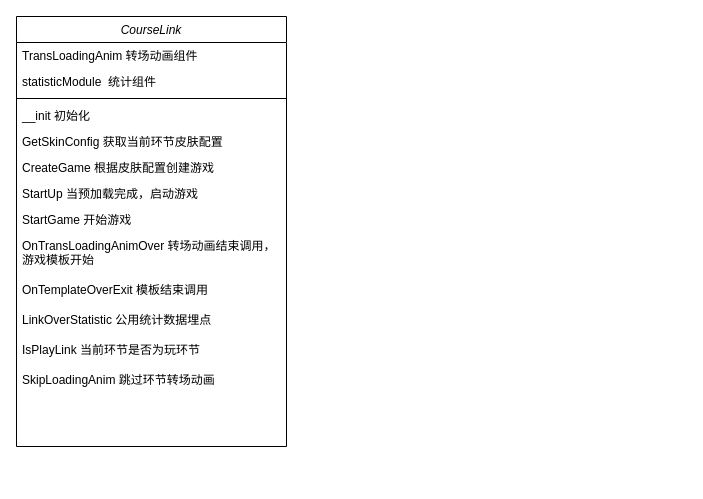
Before: CourseLinkClass.drawio in NicoleXiao/Draw, a draw.io diagram. Source tidied: cells renumbered, new cells numbered last; positions are measured from the earlier drawing's top-left corner, leaving out a move shared by most shapes. Both pictures are drawn from the tidied source at 100%, with x=0, y=0 at pixel (16, 16).
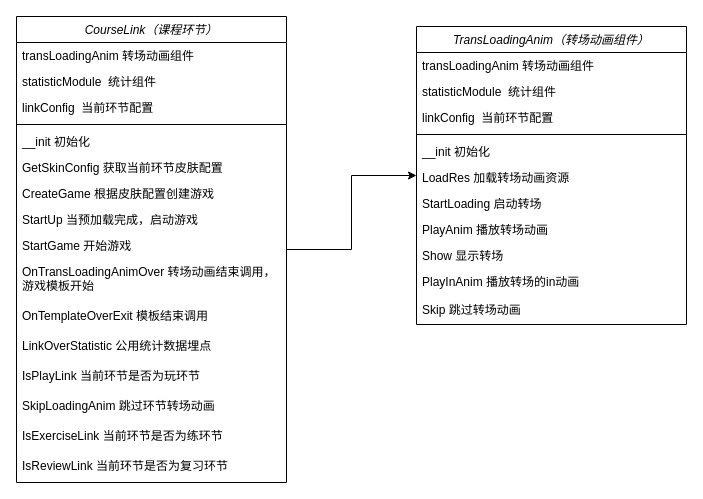
The same page after the edit.

Diff of the diagram source:
```diff
@@
+    <mxCell id="16" style="edgeStyle=orthogonalEdgeStyle;rounded=0;jettySize=auto;html=1;" parent="1" edge="1" source="2" target="20">
+      <mxGeometry relative="1" as="geometry" />
+    </mxCell>
-    <mxCell id="2" value="CourseLink" style="swimlane;fontStyle=2;align=center;verticalAlign=top;horizontal=1;startSize=26;rounded=0;shadow=0;strokeWidth=1;" parent="1" vertex="1">
-      <mxGeometry width="270" height="430" as="geometry" />
+    <mxCell id="2" value="CourseLink（课程环节）" style="swimlane;fontStyle=2;align=center;verticalAlign=top;horizontal=1;startSize=26;rounded=0;shadow=0;strokeWidth=1;" parent="1" vertex="1">
+      <mxGeometry width="270" height="466" as="geometry" />
     </mxCell>
-    <mxCell id="3" value="TransLoadingAnim 转场动画组件" style="text;align=left;verticalAlign=top;spacingLeft=4;spacingRight=4;overflow=hidden;" parent="2" vertex="1">
+    <mxCell id="3" value="transLoadingAnim 转场动画组件" style="text;align=left;verticalAlign=top;spacingLeft=4;spacingRight=4;overflow=hidden;" parent="2" vertex="1">
       <mxGeometry y="26" width="270" height="26" as="geometry" />
     </mxCell>
@@
+    <mxCell id="17" value="linkConfig  当前环节配置" style="text;align=left;verticalAlign=top;spacingLeft=4;spacingRight=4;overflow=hidden;rounded=0;shadow=0;html=0;" parent="2" vertex="1">
+      <mxGeometry y="78" width="270" height="26" as="geometry" />
+    </mxCell>
     <mxCell id="5" style="line;html=1;strokeWidth=1;align=left;verticalAlign=middle;spacingTop=-1;spacingLeft=3;spacingRight=3;labelPosition=right;" parent="2" vertex="1">
-      <mxGeometry y="78" width="270" height="8" as="geometry" />
+      <mxGeometry y="104" width="270" height="8" as="geometry" />
     </mxCell>
     <mxCell id="6" value="__init 初始化" style="text;align=left;verticalAlign=top;spacingLeft=4;spacingRight=4;overflow=hidden;" parent="2" vertex="1">
-      <mxGeometry y="86" width="270" height="26" as="geometry" />
+      <mxGeometry y="112" width="270" height="26" as="geometry" />
     </mxCell>
     <mxCell id="7" value="GetSkinConfig 获取当前环节皮肤配置" style="text;align=left;verticalAlign=top;spacingLeft=4;spacingRight=4;overflow=hidden;" parent="2" vertex="1">
-      <mxGeometry y="112" width="270" height="26" as="geometry" />
+      <mxGeometry y="138" width="270" height="26" as="geometry" />
     </mxCell>
     <mxCell id="8" value="CreateGame 根据皮肤配置创建游戏" style="text;align=left;verticalAlign=top;spacingLeft=4;spacingRight=4;overflow=hidden;" parent="2" vertex="1">
-      <mxGeometry y="138" width="270" height="26" as="geometry" />
+      <mxGeometry y="164" width="270" height="26" as="geometry" />
     </mxCell>
     <mxCell id="9" value="StartUp 当预加载完成，启动游戏" style="text;align=left;verticalAlign=top;spacingLeft=4;spacingRight=4;overflow=hidden;" parent="2" vertex="1">
-      <mxGeometry y="164" width="270" height="26" as="geometry" />
+      <mxGeometry y="190" width="270" height="26" as="geometry" />
     </mxCell>
     <mxCell id="10" value="StartGame 开始游戏" style="text;align=left;verticalAlign=top;spacingLeft=4;spacingRight=4;overflow=hidden;" parent="2" vertex="1">
-      <mxGeometry y="190" width="270" height="26" as="geometry" />
+      <mxGeometry y="216" width="270" height="26" as="geometry" />
     </mxCell>
     <mxCell id="11" value="OnTransLoadingAnimOver 转场动画结束调用，&#10;游戏模板开始&#10;" style="text;align=left;verticalAlign=top;spacingLeft=4;spacingRight=4;overflow=hidden;" parent="2" vertex="1">
-      <mxGeometry y="216" width="270" height="44" as="geometry" />
+      <mxGeometry y="242" width="270" height="44" as="geometry" />
     </mxCell>
     <mxCell id="12" value="OnTemplateOverExit 模板结束调用&#10;" style="text;align=left;verticalAlign=top;spacingLeft=4;spacingRight=4;overflow=hidden;" parent="2" vertex="1">
-      <mxGeometry y="260" width="270" height="30" as="geometry" />
+      <mxGeometry y="286" width="270" height="30" as="geometry" />
     </mxCell>
     <mxCell id="13" value="LinkOverStatistic 公用统计数据埋点" style="text;align=left;verticalAlign=top;spacingLeft=4;spacingRight=4;overflow=hidden;" parent="2" vertex="1">
-      <mxGeometry y="290" width="270" height="30" as="geometry" />
+      <mxGeometry y="316" width="270" height="30" as="geometry" />
     </mxCell>
     <mxCell id="14" value="IsPlayLink 当前环节是否为玩环节" style="text;align=left;verticalAlign=top;spacingLeft=4;spacingRight=4;overflow=hidden;" parent="2" vertex="1">
-      <mxGeometry y="320" width="270" height="30" as="geometry" />
+      <mxGeometry y="346" width="270" height="30" as="geometry" />
     </mxCell>
     <mxCell id="15" value="SkipLoadingAnim 跳过环节转场动画" style="text;align=left;verticalAlign=top;spacingLeft=4;spacingRight=4;overflow=hidden;" parent="2" vertex="1">
-      <mxGeometry y="350" width="270" height="30" as="geometry" />
+      <mxGeometry y="376" width="270" height="30" as="geometry" />
     </mxCell>
+    <mxCell id="18" value="IsExerciseLink 当前环节是否为练环节" style="text;align=left;verticalAlign=top;spacingLeft=4;spacingRight=4;overflow=hidden;" parent="2" vertex="1">
+      <mxGeometry y="406" width="270" height="30" as="geometry" />
+    </mxCell>
+    <mxCell id="19" value="IsReviewLink 当前环节是否为复习环节" style="text;align=left;verticalAlign=top;spacingLeft=4;spacingRight=4;overflow=hidden;" parent="2" vertex="1">
+      <mxGeometry y="436" width="270" height="30" as="geometry" />
+    </mxCell>
+    <mxCell id="20" value="TransLoadingAnim（转场动画组件）" style="swimlane;fontStyle=2;align=center;verticalAlign=top;horizontal=1;startSize=26;rounded=0;shadow=0;strokeWidth=1;" parent="1" vertex="1">
+      <mxGeometry x="400" y="10" width="270" height="298" as="geometry" />
+    </mxCell>
+    <mxCell id="21" value="transLoadingAnim 转场动画组件" style="text;align=left;verticalAlign=top;spacingLeft=4;spacingRight=4;overflow=hidden;" parent="20" vertex="1">
+      <mxGeometry y="26" width="270" height="26" as="geometry" />
+    </mxCell>
+    <mxCell id="22" value="statisticModule  统计组件" style="text;align=left;verticalAlign=top;spacingLeft=4;spacingRight=4;overflow=hidden;rounded=0;shadow=0;html=0;" parent="20" vertex="1">
+      <mxGeometry y="52" width="270" height="26" as="geometry" />
+    </mxCell>
+    <mxCell id="23" value="linkConfig  当前环节配置" style="text;align=left;verticalAlign=top;spacingLeft=4;spacingRight=4;overflow=hidden;rounded=0;shadow=0;html=0;" parent="20" vertex="1">
+      <mxGeometry y="78" width="270" height="26" as="geometry" />
+    </mxCell>
+    <mxCell id="24" style="line;html=1;strokeWidth=1;align=left;verticalAlign=middle;spacingTop=-1;spacingLeft=3;spacingRight=3;labelPosition=right;" parent="20" vertex="1">
+      <mxGeometry y="104" width="270" height="8" as="geometry" />
+    </mxCell>
+    <mxCell id="25" value="__init 初始化" style="text;align=left;verticalAlign=top;spacingLeft=4;spacingRight=4;overflow=hidden;" parent="20" vertex="1">
+      <mxGeometry y="112" width="270" height="26" as="geometry" />
+    </mxCell>
+    <mxCell id="26" value="LoadRes 加载转场动画资源" style="text;align=left;verticalAlign=top;spacingLeft=4;spacingRight=4;overflow=hidden;" parent="20" vertex="1">
+      <mxGeometry y="138" width="270" height="26" as="geometry" />
+    </mxCell>
+    <mxCell id="27" value="StartLoading 启动转场" style="text;align=left;verticalAlign=top;spacingLeft=4;spacingRight=4;overflow=hidden;" parent="20" vertex="1">
+      <mxGeometry y="164" width="270" height="26" as="geometry" />
+    </mxCell>
+    <mxCell id="28" value="PlayAnim 播放转场动画" style="text;align=left;verticalAlign=top;spacingLeft=4;spacingRight=4;overflow=hidden;" parent="20" vertex="1">
+      <mxGeometry y="190" width="270" height="26" as="geometry" />
+    </mxCell>
+    <mxCell id="29" value="Show 显示转场" style="text;align=left;verticalAlign=top;spacingLeft=4;spacingRight=4;overflow=hidden;" parent="20" vertex="1">
+      <mxGeometry y="216" width="270" height="26" as="geometry" />
+    </mxCell>
+    <mxCell id="30" value="PlayInAnim 播放转场的in动画" style="text;align=left;verticalAlign=top;spacingLeft=4;spacingRight=4;overflow=hidden;" parent="20" vertex="1">
+      <mxGeometry y="242" width="270" height="28" as="geometry" />
+    </mxCell>
+    <mxCell id="31" value="Skip 跳过转场动画" style="text;align=left;verticalAlign=top;spacingLeft=4;spacingRight=4;overflow=hidden;" parent="20" vertex="1">
+      <mxGeometry y="270" width="270" height="28" as="geometry" />
+    </mxCell>
```
